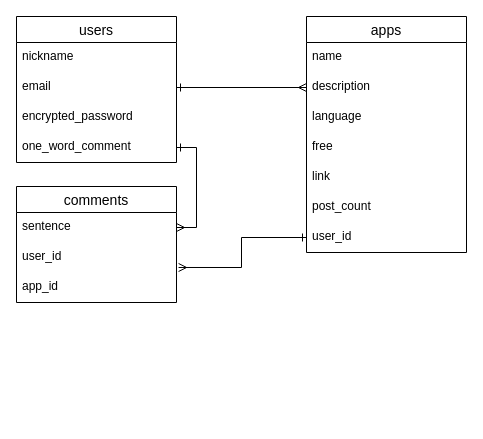
Above: ER.dio in doshara1280/webapp-share (draw.io), before the change. Source tidied: cells renumbered, new cells numbered last; positions are measured from the earlier drawing's top-left corner, leaving out a move shared by most shapes. Both pictures are drawn from the tidied source at 100%, with x=0, y=0 at pixel (16, 16).
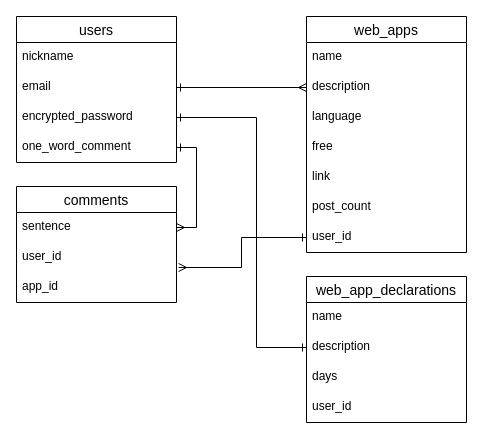
After the change.

Commit message:
ウェブアプリ投稿宣言用にER図追加

Unchanged cells that the change refers to:
```xml
<mxCell id="5" value="encrypted_password" style="text;strokeColor=none;fillColor=none;spacingLeft=4;spacingRight=4;overflow=hidden;points=[[0,0.5],[1,0.5]];portConstraint=eastwest;fontSize=12;" parent="2" vertex="1">
  <mxGeometry y="86" width="160" height="30" as="geometry" />
</mxCell>
```

What changed in the source:
```diff
@@
-    <mxCell id="7" value="apps" style="swimlane;fontStyle=0;horizontal=1;startSize=26;align=center;fontSize=14;" parent="1" vertex="1">
+    <mxCell id="7" value="web_apps" style="swimlane;fontStyle=0;horizontal=1;startSize=26;align=center;fontSize=14;" parent="1" vertex="1">
       <mxGeometry x="290" width="160" height="236" as="geometry" />
     </mxCell>
@@
+    <mxCell id="22" value="web_app_declarations" style="swimlane;fontStyle=0;horizontal=1;startSize=26;align=center;fontSize=14;" parent="1" vertex="1">
+      <mxGeometry x="290" y="260" width="160" height="146" as="geometry" />
+    </mxCell>
+    <mxCell id="23" value="name" style="text;strokeColor=none;fillColor=none;spacingLeft=4;spacingRight=4;overflow=hidden;fontSize=12;" parent="22" vertex="1">
+      <mxGeometry y="26" width="160" height="30" as="geometry" />
+    </mxCell>
+    <mxCell id="24" value="description" style="text;strokeColor=none;fillColor=none;spacingLeft=4;spacingRight=4;overflow=hidden;points=[[0,0.5],[1,0.5]];portConstraint=eastwest;fontSize=12;" parent="22" vertex="1">
+      <mxGeometry y="56" width="160" height="30" as="geometry" />
+    </mxCell>
+    <mxCell id="25" value="days" style="text;strokeColor=none;fillColor=none;spacingLeft=4;spacingRight=4;overflow=hidden;fontSize=12;" parent="22" vertex="1">
+      <mxGeometry y="86" width="160" height="30" as="geometry" />
+    </mxCell>
+    <mxCell id="26" value="user_id" style="text;strokeColor=none;fillColor=none;spacingLeft=4;spacingRight=4;overflow=hidden;fontSize=12;fontStyle=0;" parent="22" vertex="1">
+      <mxGeometry y="116" width="160" height="30" as="geometry" />
+    </mxCell>
+    <mxCell id="27" style="edgeStyle=orthogonalEdgeStyle;rounded=0;jettySize=auto;html=1;exitX=1;exitY=0.5;exitDx=0;exitDy=0;entryX=0;entryY=0.5;entryDx=0;entryDy=0;endArrow=ERone;endFill=0;startArrow=ERone;startFill=0;" parent="1" edge="1" source="5" target="24">
+      <mxGeometry relative="1" as="geometry">
+        <Array as="points">
+          <mxPoint x="240" y="101" />
+          <mxPoint x="240" y="331" />
+        </Array>
+      </mxGeometry>
+    </mxCell>
```
